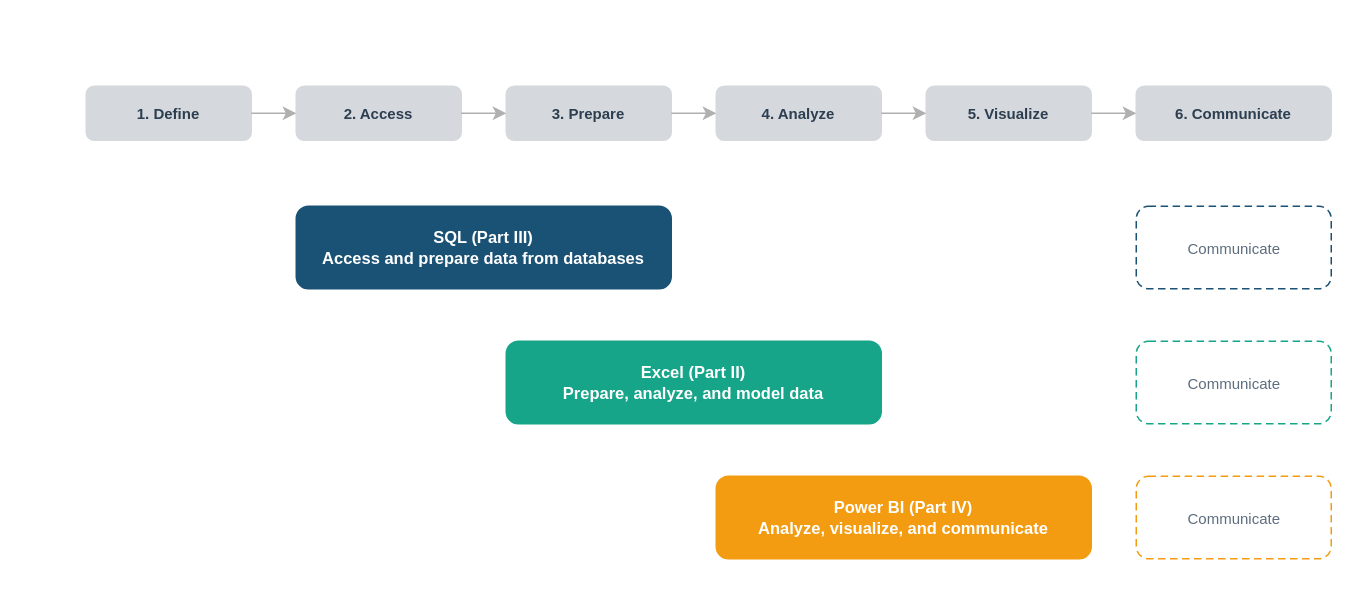
mmcodesso/Accounting_Analytics_Book keeps this draw.io diagram as visuals/src/fig-01-03-tools-workflow-mapping.drawio. Above is the earlier version. Source tidied: cells renumbered, new cells numbered last; positions are measured from the earlier drawing's top-left corner, leaving out a move shared by most shapes. Both pictures are drawn from the tidied source at 150%, with x=0, y=0 at pixel (86, 86).
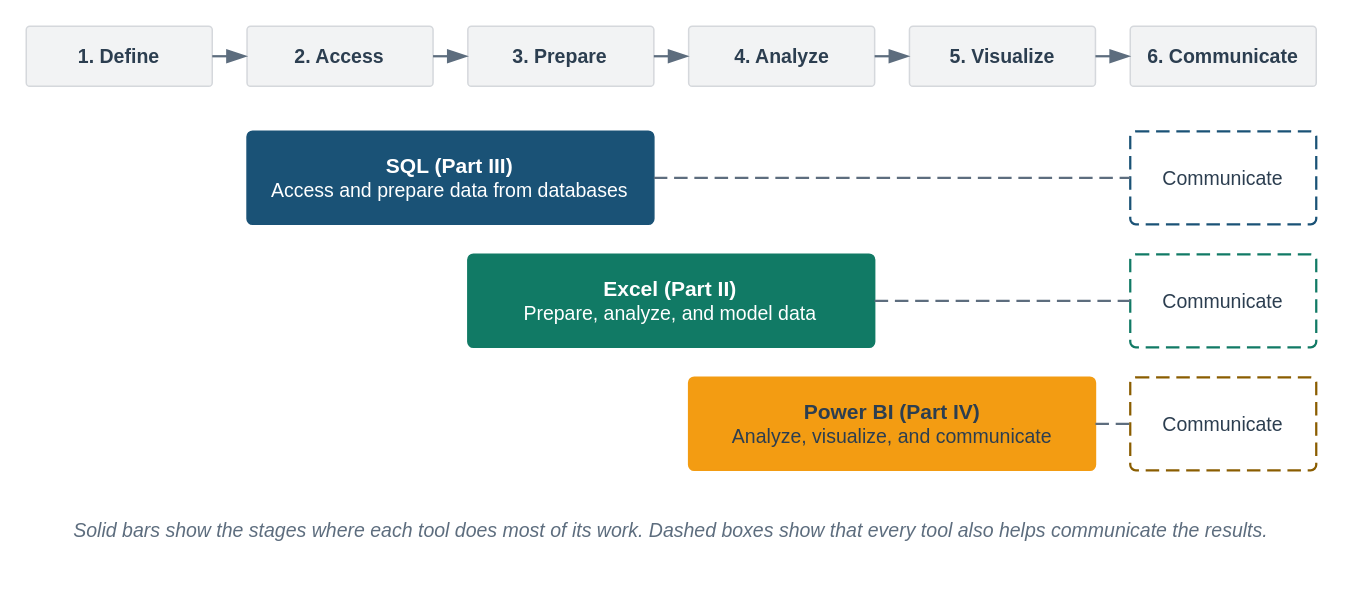
After the change.

Change to the diagram source:
```diff
@@
-<mxGraphModel>
+<mxGraphModel background="#FFFFFF">
@@
+    <mxCell id="22" style="rounded=0;html=1;fillColor=none;strokeColor=none;" parent="1" vertex="1">
+      <mxGeometry x="-40" y="-40" width="860" height="364" as="geometry" />
+    </mxCell>
-    <mxCell id="2" value="1. Define" style="rounded=1;whiteSpace=wrap;html=1;fillColor=#D5D8DC;fontColor=#2C3E50;strokeColor=#D5D8DC;fontSize=10;fontStyle=1;fontFamily=Arial;" parent="1" vertex="1">
-      <mxGeometry width="110" height="36" as="geometry" />
+    <mxCell id="2" value="&lt;b&gt;1. Define&lt;/b&gt;" style="rounded=1;arcSize=6;whiteSpace=wrap;html=1;fillColor=#F2F3F4;strokeColor=#D5D8DC;strokeWidth=1;fontColor=#2C3E50;fontSize=13;fontStyle=0;align=center;verticalAlign=middle;fontFamily=Helvetica;spacingLeft=6;spacingRight=6;" parent="1" vertex="1">
+      <mxGeometry x="-40" y="-40" width="124" height="40" as="geometry" />
     </mxCell>
-    <mxCell id="3" value="2. Access" style="rounded=1;whiteSpace=wrap;html=1;fillColor=#D5D8DC;fontColor=#2C3E50;strokeColor=#D5D8DC;fontSize=10;fontStyle=1;fontFamily=Arial;" parent="1" vertex="1">
-      <mxGeometry x="140" width="110" height="36" as="geometry" />
+    <mxCell id="3" value="&lt;b&gt;2. Access&lt;/b&gt;" style="rounded=1;arcSize=6;whiteSpace=wrap;html=1;fillColor=#F2F3F4;strokeColor=#D5D8DC;strokeWidth=1;fontColor=#2C3E50;fontSize=13;fontStyle=0;align=center;verticalAlign=middle;fontFamily=Helvetica;spacingLeft=6;spacingRight=6;" parent="1" vertex="1">
+      <mxGeometry x="107.2" y="-40" width="124" height="40" as="geometry" />
     </mxCell>
-    <mxCell id="4" value="3. Prepare" style="rounded=1;whiteSpace=wrap;html=1;fillColor=#D5D8DC;fontColor=#2C3E50;strokeColor=#D5D8DC;fontSize=10;fontStyle=1;fontFamily=Arial;" parent="1" vertex="1">
-      <mxGeometry x="280" width="110" height="36" as="geometry" />
+    <mxCell id="4" value="&lt;b&gt;3. Prepare&lt;/b&gt;" style="rounded=1;arcSize=6;whiteSpace=wrap;html=1;fillColor=#F2F3F4;strokeColor=#D5D8DC;strokeWidth=1;fontColor=#2C3E50;fontSize=13;fontStyle=0;align=center;verticalAlign=middle;fontFamily=Helvetica;spacingLeft=6;spacingRight=6;" parent="1" vertex="1">
+      <mxGeometry x="254.4" y="-40" width="124" height="40" as="geometry" />
     </mxCell>
-    <mxCell id="5" value="4. Analyze" style="rounded=1;whiteSpace=wrap;html=1;fillColor=#D5D8DC;fontColor=#2C3E50;strokeColor=#D5D8DC;fontSize=10;fontStyle=1;fontFamily=Arial;" parent="1" vertex="1">
-      <mxGeometry x="420" width="110" height="36" as="geometry" />
+    <mxCell id="5" value="&lt;b&gt;4. Analyze&lt;/b&gt;" style="rounded=1;arcSize=6;whiteSpace=wrap;html=1;fillColor=#F2F3F4;strokeColor=#D5D8DC;strokeWidth=1;fontColor=#2C3E50;fontSize=13;fontStyle=0;align=center;verticalAlign=middle;fontFamily=Helvetica;spacingLeft=6;spacingRight=6;" parent="1" vertex="1">
+      <mxGeometry x="401.6" y="-40" width="124" height="40" as="geometry" />
     </mxCell>
-    <mxCell id="6" value="5. Visualize" style="rounded=1;whiteSpace=wrap;html=1;fillColor=#D5D8DC;fontColor=#2C3E50;strokeColor=#D5D8DC;fontSize=10;fontStyle=1;fontFamily=Arial;" parent="1" vertex="1">
-      <mxGeometry x="560" width="110" height="36" as="geometry" />
+    <mxCell id="6" value="&lt;b&gt;5. Visualize&lt;/b&gt;" style="rounded=1;arcSize=6;whiteSpace=wrap;html=1;fillColor=#F2F3F4;strokeColor=#D5D8DC;strokeWidth=1;fontColor=#2C3E50;fontSize=13;fontStyle=0;align=center;verticalAlign=middle;fontFamily=Helvetica;spacingLeft=6;spacingRight=6;" parent="1" vertex="1">
+      <mxGeometry x="548.8" y="-40" width="124" height="40" as="geometry" />
     </mxCell>
-    <mxCell id="7" value="6. Communicate" style="rounded=1;whiteSpace=wrap;html=1;fillColor=#D5D8DC;fontColor=#2C3E50;strokeColor=#D5D8DC;fontSize=10;fontStyle=1;fontFamily=Arial;" parent="1" vertex="1">
-      <mxGeometry x="700" width="130" height="36" as="geometry" />
+    <mxCell id="7" value="&lt;b&gt;6. Communicate&lt;/b&gt;" style="rounded=1;arcSize=6;whiteSpace=wrap;html=1;fillColor=#F2F3F4;strokeColor=#D5D8DC;strokeWidth=1;fontColor=#2C3E50;fontSize=13;fontStyle=0;align=center;verticalAlign=middle;fontFamily=Helvetica;spacingLeft=6;spacingRight=6;" parent="1" vertex="1">
+      <mxGeometry x="696" y="-40" width="124" height="40" as="geometry" />
     </mxCell>
-    <mxCell id="8" style="edgeStyle=orthogonalEdgeStyle;strokeColor=#B0B0B0;strokeWidth=1;" parent="1" edge="1" source="2" target="3">
+    <mxCell id="8" style="edgeStyle=orthogonalEdgeStyle;rounded=1;html=1;startArrow=none;endArrow=blockThin;startFill=0;endFill=1;startSize=10;endSize=10;strokeColor=#5D6D7E;strokeWidth=1.5;fontSize=12;fontColor=#2C3E50;fontFamily=Helvetica;labelBackgroundColor=#FFFFFF;exitX=1;exitY=0.5;exitDx=0;exitDy=0;entryX=0;entryY=0.5;entryDx=0;entryDy=0;" parent="1" edge="1" source="2" target="3">
       <mxGeometry relative="1" as="geometry" />
     </mxCell>
-    <mxCell id="9" style="edgeStyle=orthogonalEdgeStyle;strokeColor=#B0B0B0;strokeWidth=1;" parent="1" edge="1" source="3" target="4">
+    <mxCell id="9" style="edgeStyle=orthogonalEdgeStyle;rounded=1;html=1;startArrow=none;endArrow=blockThin;startFill=0;endFill=1;startSize=10;endSize=10;strokeColor=#5D6D7E;strokeWidth=1.5;fontSize=12;fontColor=#2C3E50;fontFamily=Helvetica;labelBackgroundColor=#FFFFFF;exitX=1;exitY=0.5;exitDx=0;exitDy=0;entryX=0;entryY=0.5;entryDx=0;entryDy=0;" parent="1" edge="1" source="3" target="4">
       <mxGeometry relative="1" as="geometry" />
     </mxCell>
-    <mxCell id="10" style="edgeStyle=orthogonalEdgeStyle;strokeColor=#B0B0B0;strokeWidth=1;" parent="1" edge="1" source="4" target="5">
+    <mxCell id="10" style="edgeStyle=orthogonalEdgeStyle;rounded=1;html=1;startArrow=none;endArrow=blockThin;startFill=0;endFill=1;startSize=10;endSize=10;strokeColor=#5D6D7E;strokeWidth=1.5;fontSize=12;fontColor=#2C3E50;fontFamily=Helvetica;labelBackgroundColor=#FFFFFF;exitX=1;exitY=0.5;exitDx=0;exitDy=0;entryX=0;entryY=0.5;entryDx=0;entryDy=0;" parent="1" edge="1" source="4" target="5">
       <mxGeometry relative="1" as="geometry" />
     </mxCell>
-    <mxCell id="11" style="edgeStyle=orthogonalEdgeStyle;strokeColor=#B0B0B0;strokeWidth=1;" parent="1" edge="1" source="5" target="6">
+    <mxCell id="11" style="edgeStyle=orthogonalEdgeStyle;rounded=1;html=1;startArrow=none;endArrow=blockThin;startFill=0;endFill=1;startSize=10;endSize=10;strokeColor=#5D6D7E;strokeWidth=1.5;fontSize=12;fontColor=#2C3E50;fontFamily=Helvetica;labelBackgroundColor=#FFFFFF;exitX=1;exitY=0.5;exitDx=0;exitDy=0;entryX=0;entryY=0.5;entryDx=0;entryDy=0;" parent="1" edge="1" source="5" target="6">
       <mxGeometry relative="1" as="geometry" />
     </mxCell>
-    <mxCell id="12" style="edgeStyle=orthogonalEdgeStyle;strokeColor=#B0B0B0;strokeWidth=1;" parent="1" edge="1" source="6" target="7">
+    <mxCell id="12" style="edgeStyle=orthogonalEdgeStyle;rounded=1;html=1;startArrow=none;endArrow=blockThin;startFill=0;endFill=1;startSize=10;endSize=10;strokeColor=#5D6D7E;strokeWidth=1.5;fontSize=12;fontColor=#2C3E50;fontFamily=Helvetica;labelBackgroundColor=#FFFFFF;exitX=1;exitY=0.5;exitDx=0;exitDy=0;entryX=0;entryY=0.5;entryDx=0;entryDy=0;" parent="1" edge="1" source="6" target="7">
       <mxGeometry relative="1" as="geometry" />
     </mxCell>
-    <mxCell id="13" value="SQL (Part III)&#10;Access and prepare data from databases" style="rounded=1;whiteSpace=wrap;html=1;fillColor=#1A5276;fontColor=#FFFFFF;strokeColor=#1A5276;fontSize=11;fontStyle=1;fontFamily=Arial;arcSize=15;" parent="1" vertex="1">
-      <mxGeometry x="140" y="80" width="250" height="55" as="geometry" />
+    <mxCell id="13" value="&lt;font style=&quot;font-size:14px&quot;&gt;&lt;b&gt;SQL (Part III)&lt;/b&gt;&lt;/font&gt;&lt;br&gt;&lt;font color=&quot;#FFFFFF&quot;&gt;Access and prepare data from databases&lt;/font&gt;" style="rounded=1;arcSize=6;whiteSpace=wrap;html=1;fillColor=#1A5276;strokeColor=#1A5276;strokeWidth=1;fontColor=#FFFFFF;fontSize=13;fontStyle=0;align=center;verticalAlign=middle;fontFamily=Helvetica;spacingLeft=6;spacingRight=6;" parent="1" vertex="1">
+      <mxGeometry x="107.2" y="30" width="271.2" height="62" as="geometry" />
     </mxCell>
-    <mxCell id="14" style="rounded=1;whiteSpace=wrap;html=1;fillColor=none;strokeColor=#1A5276;strokeWidth=1;dashed=1;dashPattern=5 3;fontSize=10;fontFamily=Arial;" parent="1" vertex="1">
-      <mxGeometry x="700" y="80" width="130" height="55" as="geometry" />
-    </mxCell>
+    <mxCell id="23" value="Communicate" style="rounded=1;arcSize=6;whiteSpace=wrap;html=1;fillColor=#FFFFFF;strokeColor=#1A5276;strokeWidth=1.5;fontColor=#2C3E50;fontSize=13;fontStyle=0;align=center;verticalAlign=middle;fontFamily=Helvetica;spacingLeft=6;spacingRight=6;dashed=1;dashPattern=6 3;" parent="1" vertex="1">
+      <mxGeometry x="696" y="30" width="124" height="62" as="geometry" />
+    </mxCell>
+    <mxCell id="24" style="edgeStyle=orthogonalEdgeStyle;rounded=1;html=1;startArrow=none;endArrow=none;startFill=0;endFill=0;startSize=10;endSize=10;strokeColor=#5D6D7E;strokeWidth=1.5;fontSize=12;fontColor=#2C3E50;fontFamily=Helvetica;labelBackgroundColor=#FFFFFF;dashed=1;dashPattern=6 3;exitX=1;exitY=0.5;exitDx=0;exitDy=0;entryX=0;entryY=0.5;entryDx=0;entryDy=0;" parent="1" edge="1" source="13" target="23">
+      <mxGeometry relative="1" as="geometry" />
+    </mxCell>
-    <mxCell id="15" value="Excel (Part II)&#10;Prepare, analyze, and model data" style="rounded=1;whiteSpace=wrap;html=1;fillColor=#17A589;fontColor=#FFFFFF;strokeColor=#17A589;fontSize=11;fontStyle=1;fontFamily=Arial;arcSize=15;" parent="1" vertex="1">
-      <mxGeometry x="280" y="170" width="250" height="55" as="geometry" />
+    <mxCell id="15" value="&lt;font style=&quot;font-size:14px&quot;&gt;&lt;b&gt;Excel (Part II)&lt;/b&gt;&lt;/font&gt;&lt;br&gt;&lt;font color=&quot;#FFFFFF&quot;&gt;Prepare, analyze, and model data&lt;/font&gt;" style="rounded=1;arcSize=6;whiteSpace=wrap;html=1;fillColor=#117A65;strokeColor=#117A65;strokeWidth=1;fontColor=#FFFFFF;fontSize=13;fontStyle=0;align=center;verticalAlign=middle;fontFamily=Helvetica;spacingLeft=6;spacingRight=6;" parent="1" vertex="1">
+      <mxGeometry x="254.4" y="112" width="271.2" height="62" as="geometry" />
     </mxCell>
-    <mxCell id="16" style="rounded=1;whiteSpace=wrap;html=1;fillColor=none;strokeColor=#17A589;strokeWidth=1;dashed=1;dashPattern=5 3;fontSize=10;fontFamily=Arial;" parent="1" vertex="1">
-      <mxGeometry x="700" y="170" width="130" height="55" as="geometry" />
-    </mxCell>
+    <mxCell id="25" value="Communicate" style="rounded=1;arcSize=6;whiteSpace=wrap;html=1;fillColor=#FFFFFF;strokeColor=#117A65;strokeWidth=1.5;fontColor=#2C3E50;fontSize=13;fontStyle=0;align=center;verticalAlign=middle;fontFamily=Helvetica;spacingLeft=6;spacingRight=6;dashed=1;dashPattern=6 3;" parent="1" vertex="1">
+      <mxGeometry x="696" y="112" width="124" height="62" as="geometry" />
+    </mxCell>
+    <mxCell id="26" style="edgeStyle=orthogonalEdgeStyle;rounded=1;html=1;startArrow=none;endArrow=none;startFill=0;endFill=0;startSize=10;endSize=10;strokeColor=#5D6D7E;strokeWidth=1.5;fontSize=12;fontColor=#2C3E50;fontFamily=Helvetica;labelBackgroundColor=#FFFFFF;dashed=1;dashPattern=6 3;exitX=1;exitY=0.5;exitDx=0;exitDy=0;entryX=0;entryY=0.5;entryDx=0;entryDy=0;" parent="1" edge="1" source="15" target="25">
+      <mxGeometry relative="1" as="geometry" />
+    </mxCell>
-    <mxCell id="17" value="Power BI (Part IV)&#10;Analyze, visualize, and communicate" style="rounded=1;whiteSpace=wrap;html=1;fillColor=#F39C12;fontColor=#FFFFFF;strokeColor=#F39C12;fontSize=11;fontStyle=1;fontFamily=Arial;arcSize=15;" parent="1" vertex="1">
-      <mxGeometry x="420" y="260" width="250" height="55" as="geometry" />
+    <mxCell id="17" value="&lt;font style=&quot;font-size:14px&quot;&gt;&lt;b&gt;Power BI (Part IV)&lt;/b&gt;&lt;/font&gt;&lt;br&gt;&lt;font color=&quot;#2C3E50&quot;&gt;Analyze, visualize, and communicate&lt;/font&gt;" style="rounded=1;arcSize=6;whiteSpace=wrap;html=1;fillColor=#F39C12;strokeColor=#F39C12;strokeWidth=1;fontColor=#2C3E50;fontSize=13;fontStyle=0;align=center;verticalAlign=middle;fontFamily=Helvetica;spacingLeft=6;spacingRight=6;" parent="1" vertex="1">
+      <mxGeometry x="401.6" y="194" width="271.2" height="62" as="geometry" />
     </mxCell>
-    <mxCell id="18" style="rounded=1;whiteSpace=wrap;html=1;fillColor=none;strokeColor=#F39C12;strokeWidth=1;dashed=1;dashPattern=5 3;fontSize=10;fontFamily=Arial;" parent="1" vertex="1">
-      <mxGeometry x="700" y="260" width="130" height="55" as="geometry" />
-    </mxCell>
-    <mxCell id="19" value="Communicate" style="text;html=1;align=center;verticalAlign=middle;fontColor=#5D6D7E;fontSize=10;fontFamily=Arial;" parent="1" vertex="1">
-      <mxGeometry x="715" y="95" width="100" height="25" as="geometry" />
-    </mxCell>
-    <mxCell id="20" value="Communicate" style="text;html=1;align=center;verticalAlign=middle;fontColor=#5D6D7E;fontSize=10;fontFamily=Arial;" parent="1" vertex="1">
-      <mxGeometry x="715" y="185" width="100" height="25" as="geometry" />
-    </mxCell>
-    <mxCell id="21" value="Communicate" style="text;html=1;align=center;verticalAlign=middle;fontColor=#5D6D7E;fontSize=10;fontFamily=Arial;" parent="1" vertex="1">
-      <mxGeometry x="715" y="275" width="100" height="25" as="geometry" />
-    </mxCell>
+    <mxCell id="27" value="Communicate" style="rounded=1;arcSize=6;whiteSpace=wrap;html=1;fillColor=#FFFFFF;strokeColor=#8A5D00;strokeWidth=1.5;fontColor=#2C3E50;fontSize=13;fontStyle=0;align=center;verticalAlign=middle;fontFamily=Helvetica;spacingLeft=6;spacingRight=6;dashed=1;dashPattern=6 3;" parent="1" vertex="1">
+      <mxGeometry x="696" y="194" width="124" height="62" as="geometry" />
+    </mxCell>
+    <mxCell id="28" style="edgeStyle=orthogonalEdgeStyle;rounded=1;html=1;startArrow=none;endArrow=none;startFill=0;endFill=0;startSize=10;endSize=10;strokeColor=#5D6D7E;strokeWidth=1.5;fontSize=12;fontColor=#2C3E50;fontFamily=Helvetica;labelBackgroundColor=#FFFFFF;dashed=1;dashPattern=6 3;exitX=1;exitY=0.5;exitDx=0;exitDy=0;entryX=0;entryY=0.5;entryDx=0;entryDy=0;" parent="1" edge="1" source="17" target="27">
+      <mxGeometry relative="1" as="geometry" />
+    </mxCell>
+    <mxCell id="29" value="&lt;i&gt;Solid bars show the stages where each tool does most of its work. Dashed boxes show that every tool also helps communicate the results.&lt;/i&gt;" style="text;html=1;whiteSpace=wrap;align=center;verticalAlign=top;fontSize=13;fontColor=#5D6D7E;fontStyle=0;fontFamily=Helvetica;spacing=2;fillColor=none;strokeColor=none;" parent="1" vertex="1">
+      <mxGeometry x="-40" y="282" width="860" height="40" as="geometry" />
+    </mxCell>
```
